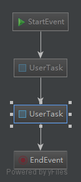
Above: src/main/resources/activityBPM/qjlc.png in ZCQ520/micro_enterprise_oa (BPMN), before the change. Its source is kept beside it as src/main/resources/activityBPM/qjlc.bpmn. Ids are renumbered. The source it was exported from:
```xml
<definitions xmlns="http://www.omg.org/spec/BPMN/20100524/MODEL" xmlns:activiti="http://activiti.org/bpmn" xmlns:bpmndi="http://www.omg.org/spec/BPMN/20100524/DI" xmlns:dc="http://www.omg.org/spec/DD/20100524/DC" xmlns:di="http://www.omg.org/spec/DD/20100524/DI" xmlns:xsd="http://www.w3.org/2001/XMLSchema" xmlns:xsi="http://www.w3.org/2001/XMLSchema-instance" expressionLanguage="http://www.w3.org/1999/XPath" id="m1513661207800" name="" targetNamespace="http://www.activiti.org/testm1513661207800" typeLanguage="http://www.w3.org/2001/XMLSchema">
  <process id="qjlc" isClosed="false" isExecutable="true" name="qjlc" processType="None">
    <startEvent id="_2" name="StartEvent"/>
    <userTask activiti:exclusive="true" id="_3" name="UserTask"/>
    <userTask activiti:exclusive="true" id="_4" name="UserTask"/>
    <endEvent id="_5" name="EndEvent"/>
    <sequenceFlow id="_6" sourceRef="_2" targetRef="_3"/>
    <sequenceFlow id="_7" sourceRef="_3" targetRef="_4"/>
    <sequenceFlow id="_8" sourceRef="_4" targetRef="_5"/>
  </process>
  <bpmndi:BPMNDiagram documentation="background=#3C3F41;count=1;horizontalcount=1;orientation=0;width=842.4;height=1195.2;imageableWidth=832.4;imageableHeight=1185.2;imageableX=5.0;imageableY=5.0" id="Diagram-_1" name="New Diagram">
    <bpmndi:BPMNPlane bpmnElement="qjlc">
      <bpmndi:BPMNShape bpmnElement="_2" id="Shape-_2">
        <dc:Bounds height="32.0" width="32.0" x="35.0" y="150.0"/>
        <bpmndi:BPMNLabel>
          <dc:Bounds height="32.0" width="32.0" x="0.0" y="0.0"/>
        </bpmndi:BPMNLabel>
      </bpmndi:BPMNShape>
      <bpmndi:BPMNShape bpmnElement="_3" id="Shape-_3">
        <dc:Bounds height="55.0" width="85.0" x="130.0" y="140.0"/>
        <bpmndi:BPMNLabel>
          <dc:Bounds height="55.0" width="85.0" x="0.0" y="0.0"/>
        </bpmndi:BPMNLabel>
      </bpmndi:BPMNShape>
      <bpmndi:BPMNShape bpmnElement="_4" id="Shape-_4">
        <dc:Bounds height="55.0" width="85.0" x="305.0" y="140.0"/>
        <bpmndi:BPMNLabel>
          <dc:Bounds height="55.0" width="85.0" x="0.0" y="0.0"/>
        </bpmndi:BPMNLabel>
      </bpmndi:BPMNShape>
      <bpmndi:BPMNShape bpmnElement="_5" id="Shape-_5">
        <dc:Bounds height="32.0" width="32.0" x="490.0" y="150.0"/>
        <bpmndi:BPMNLabel>
          <dc:Bounds height="32.0" width="32.0" x="0.0" y="0.0"/>
        </bpmndi:BPMNLabel>
      </bpmndi:BPMNShape>
      <bpmndi:BPMNEdge bpmnElement="_6" id="BPMNEdge__6" sourceElement="_2" targetElement="_3">
        <di:waypoint x="67.0" y="166.0"/>
        <di:waypoint x="130.0" y="167.5"/>
        <bpmndi:BPMNLabel>
          <dc:Bounds height="0.0" width="0.0" x="0.0" y="0.0"/>
        </bpmndi:BPMNLabel>
      </bpmndi:BPMNEdge>
      <bpmndi:BPMNEdge bpmnElement="_7" id="BPMNEdge__7" sourceElement="_3" targetElement="_4">
        <di:waypoint x="215.0" y="167.5"/>
        <di:waypoint x="305.0" y="167.5"/>
        <bpmndi:BPMNLabel>
          <dc:Bounds height="0.0" width="0.0" x="0.0" y="0.0"/>
        </bpmndi:BPMNLabel>
      </bpmndi:BPMNEdge>
      <bpmndi:BPMNEdge bpmnElement="_8" id="BPMNEdge__8" sourceElement="_4" targetElement="_5">
        <di:waypoint x="390.0" y="167.5"/>
        <di:waypoint x="490.0" y="166.0"/>
        <bpmndi:BPMNLabel>
          <dc:Bounds height="0.0" width="0.0" x="0.0" y="0.0"/>
        </bpmndi:BPMNLabel>
      </bpmndi:BPMNEdge>
    </bpmndi:BPMNPlane>
  </bpmndi:BPMNDiagram>
</definitions>
```
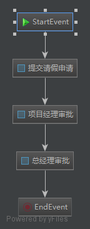
After the change.

What changed in the source:
```diff
@@ -1,56 +1,71 @@
-<definitions xmlns="http://www.omg.org/spec/BPMN/20100524/MODEL" xmlns:activiti="http://activiti.org/bpmn" xmlns:bpmndi="http://www.omg.org/spec/BPMN/20100524/DI" xmlns:dc="http://www.omg.org/spec/DD/20100524/DC" xmlns:di="http://www.omg.org/spec/DD/20100524/DI" xmlns:xsd="http://www.w3.org/2001/XMLSchema" xmlns:xsi="http://www.w3.org/2001/XMLSchema-instance" expressionLanguage="http://www.w3.org/1999/XPath" id="m1513661207800" name="" targetNamespace="http://www.activiti.org/testm1513661207800" typeLanguage="http://www.w3.org/2001/XMLSchema">
-  <process id="qjlc" isClosed="false" isExecutable="true" name="qjlc" processType="None">
+<definitions xmlns="http://www.omg.org/spec/BPMN/20100524/MODEL" xmlns:activiti="http://activiti.org/bpmn" xmlns:bpmndi="http://www.omg.org/spec/BPMN/20100524/DI" xmlns:dc="http://www.omg.org/spec/DD/20100524/DC" xmlns:di="http://www.omg.org/spec/DD/20100524/DI" xmlns:tns="http://www.activiti.org/testm1514272860970" xmlns:xsd="http://www.w3.org/2001/XMLSchema" xmlns:xsi="http://www.w3.org/2001/XMLSchema-instance" expressionLanguage="http://www.w3.org/1999/XPath" id="m1514272860970" name="" targetNamespace="http://www.activiti.org/testm1514272860970" typeLanguage="http://www.w3.org/2001/XMLSchema">
+  <process id="qjlc" isClosed="false" isExecutable="true" name="请假流程" processType="None">
     <startEvent id="_2" name="StartEvent"/>
-    <userTask activiti:exclusive="true" id="_3" name="UserTask"/>
-    <userTask activiti:exclusive="true" id="_4" name="UserTask"/>
-    <endEvent id="_5" name="EndEvent"/>
-    <sequenceFlow id="_6" sourceRef="_2" targetRef="_3"/>
-    <sequenceFlow id="_7" sourceRef="_3" targetRef="_4"/>
-    <sequenceFlow id="_8" sourceRef="_4" targetRef="_5"/>
+    <userTask activiti:assignee="#{application.userId}" activiti:exclusive="true" id="_3" name="提交请假申请"/>
+    <userTask activiti:assignee="lisi" activiti:exclusive="true" id="_4" name="项目经理审批"/>
+    <userTask activiti:assignee="wangwu" activiti:exclusive="true" id="_5" name="总经理审批"/>
+    <endEvent id="_6" name="EndEvent"/>
+    <sequenceFlow id="_7" sourceRef="_2" targetRef="_3"/>
+    <sequenceFlow id="_8" sourceRef="_3" targetRef="_4"/>
+    <sequenceFlow id="_9" sourceRef="_4" targetRef="_5"/>
+    <sequenceFlow id="_10" sourceRef="_5" targetRef="_6"/>
   </process>
   <bpmndi:BPMNDiagram documentation="background=#3C3F41;count=1;horizontalcount=1;orientation=0;width=842.4;height=1195.2;imageableWidth=832.4;imageableHeight=1185.2;imageableX=5.0;imageableY=5.0" id="Diagram-_1" name="New Diagram">
     <bpmndi:BPMNPlane bpmnElement="qjlc">
       <bpmndi:BPMNShape bpmnElement="_2" id="Shape-_2">
-        <dc:Bounds height="32.0" width="32.0" x="35.0" y="150.0"/>
+        <dc:Bounds height="32.0" width="32.0" x="15.0" y="135.0"/>
         <bpmndi:BPMNLabel>
           <dc:Bounds height="32.0" width="32.0" x="0.0" y="0.0"/>
         </bpmndi:BPMNLabel>
       </bpmndi:BPMNShape>
       <bpmndi:BPMNShape bpmnElement="_3" id="Shape-_3">
-        <dc:Bounds height="55.0" width="85.0" x="130.0" y="140.0"/>
+        <dc:Bounds height="55.0" width="85.0" x="100.0" y="125.0"/>
         <bpmndi:BPMNLabel>
           <dc:Bounds height="55.0" width="85.0" x="0.0" y="0.0"/>
         </bpmndi:BPMNLabel>
       </bpmndi:BPMNShape>
       <bpmndi:BPMNShape bpmnElement="_4" id="Shape-_4">
-        <dc:Bounds height="55.0" width="85.0" x="305.0" y="140.0"/>
+        <dc:Bounds height="55.0" width="85.0" x="225.0" y="125.0"/>
         <bpmndi:BPMNLabel>
           <dc:Bounds height="55.0" width="85.0" x="0.0" y="0.0"/>
         </bpmndi:BPMNLabel>
       </bpmndi:BPMNShape>
       <bpmndi:BPMNShape bpmnElement="_5" id="Shape-_5">
-        <dc:Bounds height="32.0" width="32.0" x="490.0" y="150.0"/>
+        <dc:Bounds height="55.0" width="85.0" x="340.0" y="125.0"/>
+        <bpmndi:BPMNLabel>
+          <dc:Bounds height="55.0" width="85.0" x="0.0" y="0.0"/>
+        </bpmndi:BPMNLabel>
+      </bpmndi:BPMNShape>
+      <bpmndi:BPMNShape bpmnElement="_6" id="Shape-_6">
+        <dc:Bounds height="32.0" width="32.0" x="465.0" y="135.0"/>
         <bpmndi:BPMNLabel>
           <dc:Bounds height="32.0" width="32.0" x="0.0" y="0.0"/>
         </bpmndi:BPMNLabel>
       </bpmndi:BPMNShape>
-      <bpmndi:BPMNEdge bpmnElement="_6" id="BPMNEdge__6" sourceElement="_2" targetElement="_3">
-        <di:waypoint x="67.0" y="166.0"/>
-        <di:waypoint x="130.0" y="167.5"/>
+      <bpmndi:BPMNEdge bpmnElement="_7" id="BPMNEdge__7" sourceElement="_2" targetElement="_3">
+        <di:waypoint x="47.0" y="151.0"/>
+        <di:waypoint x="100.0" y="152.5"/>
         <bpmndi:BPMNLabel>
           <dc:Bounds height="0.0" width="0.0" x="0.0" y="0.0"/>
         </bpmndi:BPMNLabel>
       </bpmndi:BPMNEdge>
-      <bpmndi:BPMNEdge bpmnElement="_7" id="BPMNEdge__7" sourceElement="_3" targetElement="_4">
-        <di:waypoint x="215.0" y="167.5"/>
-        <di:waypoint x="305.0" y="167.5"/>
+      <bpmndi:BPMNEdge bpmnElement="_8" id="BPMNEdge__8" sourceElement="_3" targetElement="_4">
+        <di:waypoint x="185.0" y="152.5"/>
+        <di:waypoint x="225.0" y="152.5"/>
         <bpmndi:BPMNLabel>
           <dc:Bounds height="0.0" width="0.0" x="0.0" y="0.0"/>
         </bpmndi:BPMNLabel>
       </bpmndi:BPMNEdge>
-      <bpmndi:BPMNEdge bpmnElement="_8" id="BPMNEdge__8" sourceElement="_4" targetElement="_5">
-        <di:waypoint x="390.0" y="167.5"/>
-        <di:waypoint x="490.0" y="166.0"/>
+      <bpmndi:BPMNEdge bpmnElement="_9" id="BPMNEdge__9" sourceElement="_4" targetElement="_5">
+        <di:waypoint x="310.0" y="152.5"/>
+        <di:waypoint x="340.0" y="152.5"/>
+        <bpmndi:BPMNLabel>
+          <dc:Bounds height="0.0" width="0.0" x="0.0" y="0.0"/>
+        </bpmndi:BPMNLabel>
+      </bpmndi:BPMNEdge>
+      <bpmndi:BPMNEdge bpmnElement="_10" id="BPMNEdge__10" sourceElement="_5" targetElement="_6">
+        <di:waypoint x="425.0" y="152.5"/>
+        <di:waypoint x="465.0" y="151.0"/>
         <bpmndi:BPMNLabel>
           <dc:Bounds height="0.0" width="0.0" x="0.0" y="0.0"/>
         </bpmndi:BPMNLabel>
```
